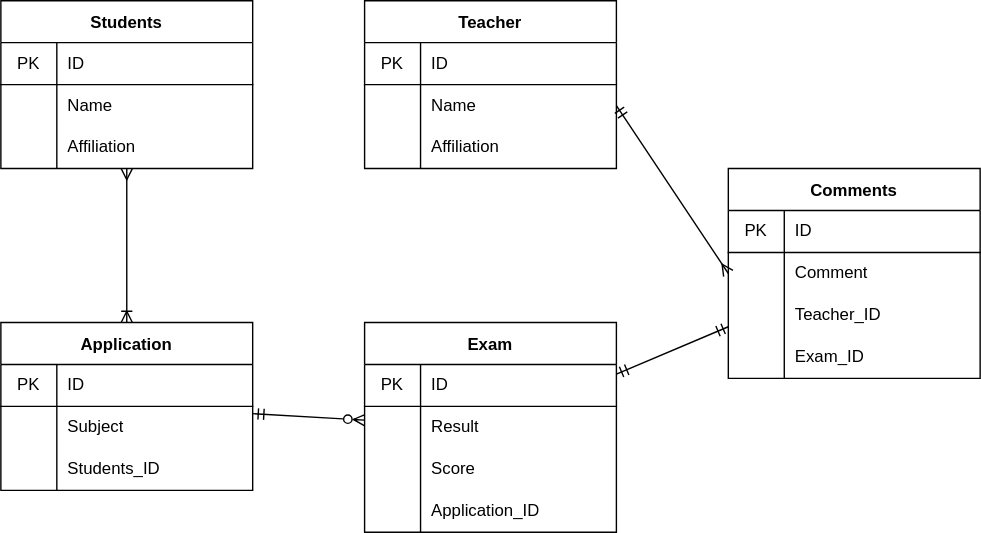
The draw.io diagram task.drawio.svg in Atsuko-Yamamoto/20220925yamamoto, before a commit. Source tidied: cells renumbered, new cells last; positions are measured from the earlier drawing's top-left corner, leaving out a move shared by most shapes.
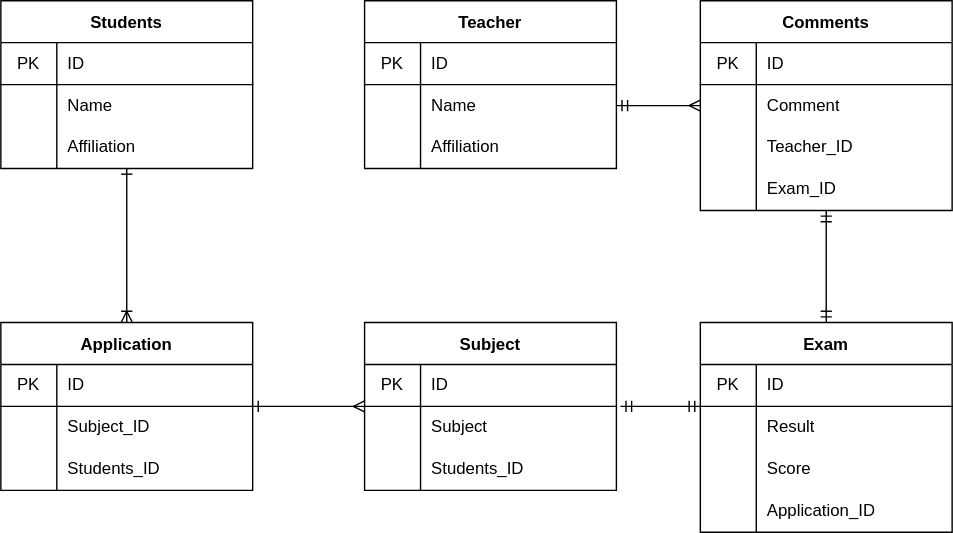
The same file after the commit.

What changed in the source:
```diff
@@ -2,7 +2,7 @@
   <root>
     <mxCell id="0" />
     <mxCell id="1" parent="0" />
-    <mxCell id="2" style="edgeStyle=none;html=1;startArrow=ERmany;startFill=0;endArrow=ERoneToMany;endFill=0;" parent="1" edge="1" source="3" target="24">
+    <mxCell id="2" style="edgeStyle=none;html=1;startArrow=ERone;startFill=0;endArrow=ERoneToMany;endFill=0;" parent="1" edge="1" source="3" target="24">
       <mxGeometry relative="1" as="geometry" />
     </mxCell>
     <mxCell id="3" value="Students" style="shape=table;startSize=30;rowLines=0;fontStyle=1;align=center;" parent="1" vertex="1">
@@ -65,9 +65,9 @@
     <mxCell id="22" value="Affiliation" style="shape=partialRectangle;html=1;whiteSpace=wrap;fillColor=none;top=0;left=0;bottom=0;right=0;align=left;spacingLeft=6;overflow=hidden;" parent="20" vertex="1">
       <mxGeometry x="40" width="140" height="30" as="geometry" />
     </mxCell>
-    <mxCell id="23" style="edgeStyle=none;html=1;endArrow=ERzeroToMany;endFill=0;startArrow=ERmandOne;startFill=0;" parent="1" edge="1" source="24" target="35">
-      <mxGeometry relative="1" as="geometry" />
-    </mxCell>
+    <mxCell id="62" style="edgeStyle=none;html=1;startArrow=ERone;startFill=0;endArrow=ERmany;endFill=0;" parent="1" edge="1" source="24" target="63">
+      <mxGeometry relative="1" as="geometry" />
+    </mxCell>
     <mxCell id="24" value="Application" style="shape=table;startSize=30;rowLines=0;fontStyle=1;align=center;" parent="1" vertex="1">
       <mxGeometry y="230" width="180" height="120" as="geometry" />
     </mxCell>
@@ -86,7 +86,7 @@
     <mxCell id="29" style="shape=partialRectangle;html=1;whiteSpace=wrap;fillColor=none;top=0;left=0;bottom=0;right=0;overflow=hidden;" parent="28" vertex="1">
       <mxGeometry width="40" height="30" as="geometry" />
     </mxCell>
-    <mxCell id="30" value="Subject" style="shape=partialRectangle;html=1;whiteSpace=wrap;fillColor=none;top=0;left=0;bottom=0;right=0;align=left;spacingLeft=6;overflow=hidden;" parent="28" vertex="1">
+    <mxCell id="30" value="Subject_ID" style="shape=partialRectangle;html=1;whiteSpace=wrap;fillColor=none;top=0;left=0;bottom=0;right=0;align=left;spacingLeft=6;overflow=hidden;" parent="28" vertex="1">
       <mxGeometry x="40" width="140" height="30" as="geometry" />
     </mxCell>
     <mxCell id="31" style="shape=partialRectangle;html=1;whiteSpace=wrap;fillColor=none;top=0;left=0;bottom=0;right=0;" parent="24" vertex="1">
@@ -102,7 +102,7 @@
       <mxGeometry relative="1" as="geometry" />
     </mxCell>
     <mxCell id="35" value="Exam" style="shape=table;startSize=30;rowLines=0;fontStyle=1;align=center;" parent="1" vertex="1">
-      <mxGeometry x="260" y="230" width="180" height="150" as="geometry" />
+      <mxGeometry x="500" y="230" width="180" height="150" as="geometry" />
     </mxCell>
     <mxCell id="36" style="shape=partialRectangle;html=1;whiteSpace=wrap;fillColor=none;top=0;left=0;bottom=1;right=0;" parent="35" vertex="1">
       <mxGeometry y="30" width="180" height="30" as="geometry" />
@@ -141,7 +141,7 @@
       <mxGeometry x="40" width="140" height="30" as="geometry" />
     </mxCell>
     <mxCell id="48" value="Comments" style="shape=table;startSize=30;rowLines=0;fontStyle=1;align=center;" parent="1" vertex="1">
-      <mxGeometry x="520" y="120" width="180" height="150" as="geometry" />
+      <mxGeometry x="500" width="180" height="150" as="geometry" />
     </mxCell>
     <mxCell id="49" style="shape=partialRectangle;html=1;whiteSpace=wrap;fillColor=none;top=0;left=0;bottom=1;right=0;" parent="48" vertex="1">
       <mxGeometry y="30" width="180" height="30" as="geometry" />
@@ -182,5 +182,40 @@
     <mxCell id="61" style="endArrow=ERmany;html=1;exitX=1;exitY=0.5;exitDx=0;exitDy=0;entryX=0;entryY=0.5;entryDx=0;entryDy=0;endFill=0;startArrow=ERmandOne;startFill=0;" parent="1" edge="1" source="17" target="52">
       <mxGeometry relative="1" as="geometry" />
     </mxCell>
+    <mxCell id="63" value="Subject" style="shape=table;startSize=30;rowLines=0;fontStyle=1;align=center;" parent="1" vertex="1">
+      <mxGeometry x="260" y="230" width="180" height="120" as="geometry" />
+    </mxCell>
+    <mxCell id="64" style="shape=partialRectangle;html=1;whiteSpace=wrap;fillColor=none;top=0;left=0;bottom=1;right=0;points=[[0,0.5],[1,0.5]];portConstraint=eastwest;" parent="63" vertex="1">
+      <mxGeometry y="30" width="180" height="30" as="geometry" />
+    </mxCell>
+    <mxCell id="65" value="PK" style="shape=partialRectangle;html=1;whiteSpace=wrap;fillColor=none;top=0;left=0;bottom=0;right=0;overflow=hidden;" parent="64" vertex="1">
+      <mxGeometry width="40" height="30" as="geometry" />
+    </mxCell>
+    <mxCell id="66" value="ID" style="shape=partialRectangle;html=1;whiteSpace=wrap;fillColor=none;top=0;left=0;bottom=0;right=0;align=left;spacingLeft=6;overflow=hidden;" parent="64" vertex="1">
+      <mxGeometry x="40" width="140" height="30" as="geometry" />
+    </mxCell>
+    <mxCell id="67" style="shape=partialRectangle;html=1;whiteSpace=wrap;fillColor=none;top=0;left=0;bottom=0;right=0;" parent="63" vertex="1">
+      <mxGeometry y="60" width="180" height="30" as="geometry" />
+    </mxCell>
+    <mxCell id="68" style="shape=partialRectangle;html=1;whiteSpace=wrap;fillColor=none;top=0;left=0;bottom=0;right=0;overflow=hidden;" parent="67" vertex="1">
+      <mxGeometry width="40" height="30" as="geometry" />
+    </mxCell>
+    <mxCell id="69" value="Subject" style="shape=partialRectangle;html=1;whiteSpace=wrap;fillColor=none;top=0;left=0;bottom=0;right=0;align=left;spacingLeft=6;overflow=hidden;" parent="67" vertex="1">
+      <mxGeometry x="40" width="140" height="30" as="geometry" />
+    </mxCell>
+    <mxCell id="70" style="shape=partialRectangle;html=1;whiteSpace=wrap;fillColor=none;top=0;left=0;bottom=0;right=0;" parent="63" vertex="1">
+      <mxGeometry y="90" width="180" height="30" as="geometry" />
+    </mxCell>
+    <mxCell id="71" style="shape=partialRectangle;html=1;whiteSpace=wrap;fillColor=none;top=0;left=0;bottom=0;right=0;overflow=hidden;" parent="70" vertex="1">
+      <mxGeometry width="40" height="30" as="geometry" />
+    </mxCell>
+    <mxCell id="72" value="Students_ID" style="shape=partialRectangle;html=1;whiteSpace=wrap;fillColor=none;top=0;left=0;bottom=0;right=0;align=left;spacingLeft=6;overflow=hidden;" parent="70" vertex="1">
+      <mxGeometry x="40" width="140" height="30" as="geometry" />
+    </mxCell>
+    <mxCell id="73" style="endArrow=ERmandOne;html=1;exitX=1.016;exitY=1;exitDx=0;exitDy=0;exitPerimeter=0;startArrow=ERmandOne;startFill=0;endFill=0;" parent="1" edge="1" source="64">
+      <mxGeometry relative="1" as="geometry">
+        <mxPoint x="500" y="290" as="targetPoint" />
+      </mxGeometry>
+    </mxCell>
   </root>
 </mxGraphModel>
```
